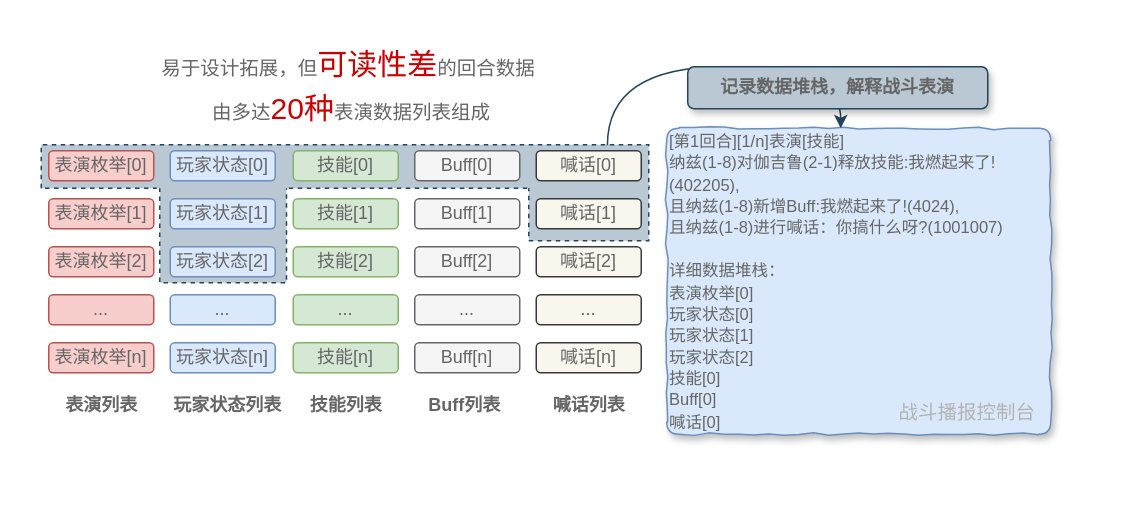
Above: ppt战斗文字播报器介绍.drawio in leoin2012/draw.io.files (draw.io), before the change. Source tidied: cells renumbered, new cells numbered last; positions are measured from the earlier drawing's top-left corner, leaving out a move shared by most shapes. Both pictures are drawn from the tidied source at 150%, with x=0, y=0 at pixel (40, 48).
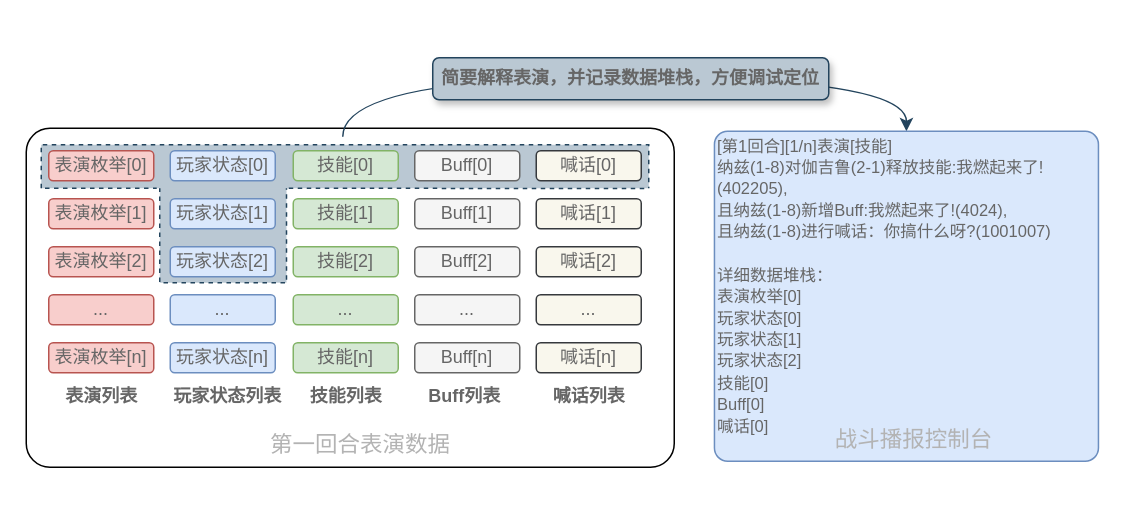
The same page after the edit.

Commit message (it also covers changes not shown here):
更新ppt战斗文字播报器介绍.drawio

Unchanged cells that the change refers to:
```xml
<mxCell id="4" style="shape=partialRectangle;verticalLabelPosition=bottom;verticalAlign=top;html=1;shape=mxgraph.basic.rect;fillColor2=none;strokeWidth=1;size=20;indent=5;dashed=1;comic=0;labelBackgroundColor=none;fillColor=#bac8d3;fontSize=13;strokeColor=#23445d;bottom=0;" parent="1" vertex="1">
  <mxGeometry y="64" width="405" height="29" as="geometry" />
</mxCell>
```

Diff of the diagram source:
```diff
@@
-    <mxCell id="2" style="shape=partialRectangle;verticalLabelPosition=bottom;verticalAlign=top;html=1;shape=mxgraph.basic.rect;fillColor2=none;strokeWidth=1;size=20;indent=5;dashed=1;comic=0;labelBackgroundColor=none;fillColor=#bac8d3;fontSize=13;strokeColor=#23445d;top=0;" parent="1" vertex="1">
-      <mxGeometry x="325" y="91" width="80" height="37" as="geometry" />
-    </mxCell>
+    <mxCell id="43" style="rounded=1;whiteSpace=wrap;html=1;comic=0;labelBackgroundColor=none;fontSize=13;arcSize=7;fillColor=none;shadow=0;" parent="1" vertex="1">
+      <mxGeometry x="-10" y="53" width="432" height="226" as="geometry" />
+    </mxCell>
@@
     <mxCell id="15" value="&lt;font color=&quot;#666666&quot;&gt;表演列表&lt;/font&gt;" style="text;html=1;strokeColor=none;fillColor=none;align=center;verticalAlign=middle;whiteSpace=wrap;rounded=0;comic=0;labelBorderColor=none;labelBackgroundColor=none;fontStyle=1;" parent="1" vertex="1">
-      <mxGeometry x="2.5" y="228" width="75" height="20" as="geometry" />
+      <mxGeometry x="2.5" y="222" width="75" height="20" as="geometry" />
     </mxCell>
     <mxCell id="16" value="&lt;font color=&quot;#666666&quot;&gt;玩家状态列表&lt;/font&gt;" style="text;html=1;strokeColor=none;fillColor=none;align=center;verticalAlign=middle;whiteSpace=wrap;rounded=0;fontStyle=1;" parent="1" vertex="1">
-      <mxGeometry x="82.5" y="228" width="82.5" height="20" as="geometry" />
+      <mxGeometry x="82.5" y="222" width="82.5" height="20" as="geometry" />
     </mxCell>
@@
     <mxCell id="22" value="&lt;font color=&quot;#666666&quot;&gt;技能列表&lt;/font&gt;" style="text;html=1;strokeColor=none;fillColor=none;align=center;verticalAlign=middle;whiteSpace=wrap;rounded=0;fontStyle=1;" parent="1" vertex="1">
-      <mxGeometry x="161.8" y="228" width="82.5" height="20" as="geometry" />
+      <mxGeometry x="161.8" y="222" width="82.5" height="20" as="geometry" />
     </mxCell>
@@
     <mxCell id="28" value="&lt;font color=&quot;#666666&quot;&gt;Buff列表&lt;/font&gt;" style="text;html=1;strokeColor=none;fillColor=none;align=center;verticalAlign=middle;whiteSpace=wrap;rounded=0;fontStyle=1;" parent="1" vertex="1">
-      <mxGeometry x="241.2" y="228" width="82.5" height="20" as="geometry" />
+      <mxGeometry x="241.2" y="222" width="82.5" height="20" as="geometry" />
     </mxCell>
-    <mxCell id="29" value="&lt;p&gt;&lt;font&gt;&lt;font color=&quot;#666666&quot; style=&quot;font-size: 13px&quot;&gt;易于设计拓展，但&lt;/font&gt;&lt;font color=&quot;#cc0000&quot; style=&quot;font-size: 20px&quot;&gt;可读性差&lt;/font&gt;&lt;font color=&quot;#666666&quot; style=&quot;font-size: 13px&quot;&gt;的回合数据&lt;/font&gt;&lt;/font&gt;&lt;/p&gt;" style="text;html=1;strokeColor=none;fillColor=none;align=center;verticalAlign=middle;whiteSpace=wrap;rounded=0;comic=0;fontSize=13;" parent="1" vertex="1">
-      <mxGeometry x="79" width="252" height="20" as="geometry" />
-    </mxCell>
-    <mxCell id="30" value="&lt;p&gt;&lt;span style=&quot;color: rgb(102 , 102 , 102) ; font-size: 13px&quot;&gt;由多达&lt;/span&gt;&lt;font style=&quot;font-size: 20px&quot; color=&quot;#cc0000&quot;&gt;20种&lt;/font&gt;&lt;span style=&quot;color: rgb(102 , 102 , 102) ; font-size: 13px&quot;&gt;表演数据列表组成&lt;/span&gt;&lt;/p&gt;" style="text;html=1;strokeColor=none;fillColor=none;align=center;verticalAlign=middle;whiteSpace=wrap;rounded=0;comic=0;" parent="1" vertex="1">
-      <mxGeometry x="97.2" y="28.5" width="220" height="20" as="geometry" />
-    </mxCell>
@@
     <mxCell id="36" value="&lt;font color=&quot;#666666&quot;&gt;喊话列表&lt;/font&gt;" style="text;html=1;strokeColor=none;fillColor=none;align=center;verticalAlign=middle;whiteSpace=wrap;rounded=0;fontStyle=1;" parent="1" vertex="1">
-      <mxGeometry x="323.8" y="228" width="82.5" height="20" as="geometry" />
+      <mxGeometry x="323.8" y="222" width="82.5" height="20" as="geometry" />
     </mxCell>
+    <mxCell id="44" style="edgeStyle=orthogonalEdgeStyle;curved=1;rounded=0;jettySize=auto;html=1;exitX=0.5;exitY=0;exitDx=0;exitDy=0;entryX=0.418;entryY=-0.002;entryDx=0;entryDy=0;entryPerimeter=0;startArrow=classic;startFill=1;endArrow=none;endFill=0;strokeColor=#23445D;fontSize=13;fontColor=#F8CECC;" parent="1" edge="1" source="37">
+      <mxGeometry relative="1" as="geometry">
+        <mxPoint x="201" y="58.7" as="targetPoint" />
+        <Array as="points">
+          <mxPoint x="576.8" y="19" />
+          <mxPoint x="200.8" y="19" />
+        </Array>
+      </mxGeometry>
+    </mxCell>
-    <mxCell id="37" value="&lt;font style=&quot;font-size: 11px&quot;&gt;&lt;font color=&quot;#666666&quot; style=&quot;font-size: 11px&quot;&gt;[第1回合][1/n]表演[技能]&lt;br style=&quot;font-size: 11px&quot;&gt;&lt;div style=&quot;font-size: 11px&quot;&gt;&lt;/div&gt;纳兹(1-8)对伽吉鲁(2-1)释放技能:我燃起来了!(402205),&lt;br style=&quot;font-size: 11px&quot;&gt;且纳兹(1-8)新增Buff:我燃起来了!(4024),&lt;br style=&quot;font-size: 11px&quot;&gt;且纳兹(1-8)进行喊话：你搞什么呀?(1001007)&lt;br&gt;&lt;/font&gt;&lt;/font&gt;&lt;font color=&quot;#666666&quot; style=&quot;font-size: 11px&quot;&gt;&lt;font style=&quot;font-size: 11px&quot;&gt;&lt;br&gt;详细数据堆栈：&lt;br&gt;表演枚举[0]&lt;br&gt;&lt;/font&gt;&lt;/font&gt;&lt;span style=&quot;color: rgb(102 , 102 , 102) ; font-size: 11px&quot;&gt;玩家状态[0]&lt;br&gt;&lt;/span&gt;&lt;span style=&quot;color: rgb(102 , 102 , 102) ; font-size: 11px&quot;&gt;玩家状态[1]&lt;br&gt;&lt;/span&gt;&lt;span style=&quot;color: rgb(102 , 102 , 102) ; font-size: 11px&quot;&gt;玩家状态[2]&lt;br&gt;&lt;/span&gt;&lt;span style=&quot;color: rgb(102 , 102 , 102) ; font-size: 11px&quot;&gt;技能[0]&lt;br&gt;&lt;/span&gt;&lt;span style=&quot;color: rgb(102 , 102 , 102) ; font-size: 11px&quot;&gt;Buff[0]&lt;br&gt;&lt;/span&gt;&lt;span style=&quot;color: rgb(102 , 102 , 102) ; font-size: 11px&quot;&gt;喊话[0]&lt;/span&gt;&lt;font color=&quot;#666666&quot; style=&quot;font-size: 11px&quot;&gt;&lt;br&gt;&lt;/font&gt;" style="text;html=1;align=left;verticalAlign=middle;whiteSpace=wrap;rounded=1;shadow=1;comic=1;glass=0;fillColor=#dae8fc;strokeColor=#6c8ebf;arcSize=4;" parent="1" vertex="1">
-      <mxGeometry x="417" y="53" width="256" height="204" as="geometry" />
+    <mxCell id="37" value="&lt;font style=&quot;font-size: 11px&quot;&gt;&lt;font color=&quot;#666666&quot; style=&quot;font-size: 11px&quot;&gt;[第1回合][1/n]表演[技能]&lt;br style=&quot;font-size: 11px&quot;&gt;&lt;div style=&quot;font-size: 11px&quot;&gt;&lt;/div&gt;纳兹(1-8)对伽吉鲁(2-1)释放技能:我燃起来了!(402205),&lt;br style=&quot;font-size: 11px&quot;&gt;且纳兹(1-8)新增Buff:我燃起来了!(4024),&lt;br style=&quot;font-size: 11px&quot;&gt;且纳兹(1-8)进行喊话：你搞什么呀?(1001007)&lt;br&gt;&lt;/font&gt;&lt;/font&gt;&lt;font color=&quot;#666666&quot; style=&quot;font-size: 11px&quot;&gt;&lt;font style=&quot;font-size: 11px&quot;&gt;&lt;br&gt;详细数据堆栈：&lt;br&gt;表演枚举[0]&lt;br&gt;&lt;/font&gt;&lt;/font&gt;&lt;span style=&quot;color: rgb(102 , 102 , 102) ; font-size: 11px&quot;&gt;玩家状态[0]&lt;br&gt;&lt;/span&gt;&lt;span style=&quot;color: rgb(102 , 102 , 102) ; font-size: 11px&quot;&gt;玩家状态[1]&lt;br&gt;&lt;/span&gt;&lt;span style=&quot;color: rgb(102 , 102 , 102) ; font-size: 11px&quot;&gt;玩家状态[2]&lt;br&gt;&lt;/span&gt;&lt;span style=&quot;color: rgb(102 , 102 , 102) ; font-size: 11px&quot;&gt;技能[0]&lt;br&gt;&lt;/span&gt;&lt;span style=&quot;color: rgb(102 , 102 , 102) ; font-size: 11px&quot;&gt;Buff[0]&lt;br&gt;&lt;/span&gt;&lt;span style=&quot;color: rgb(102 , 102 , 102) ; font-size: 11px&quot;&gt;喊话[0]&lt;br&gt;&lt;/span&gt;&lt;font color=&quot;#666666&quot; style=&quot;font-size: 11px&quot;&gt;&lt;br&gt;&lt;/font&gt;" style="text;html=1;align=left;verticalAlign=middle;whiteSpace=wrap;rounded=1;shadow=0;comic=0;glass=0;fillColor=#dae8fc;strokeColor=#6c8ebf;arcSize=4;" parent="1" vertex="1">
+      <mxGeometry x="448.8" y="55" width="256" height="220" as="geometry" />
     </mxCell>
@@
-    <mxCell id="39" style="endArrow=none;dashed=1;html=1;fontSize=13;fontColor=#F8CECC;strokeColor=#23445D;entryX=0.802;entryY=1;entryDx=0;entryDy=0;entryPerimeter=0;" parent="1" edge="1" target="4">
+    <mxCell id="39" style="endArrow=none;dashed=1;html=1;fontSize=13;fontColor=#F8CECC;strokeColor=#23445D;entryX=0.997;entryY=1.007;entryDx=0;entryDy=0;entryPerimeter=0;" parent="1" edge="1" target="4">
       <mxGeometry relative="1" as="geometry">
         <mxPoint x="165" y="93" as="sourcePoint" />
       </mxGeometry>
     </mxCell>
-    <mxCell id="40" style="edgeStyle=orthogonalEdgeStyle;rounded=0;jettySize=auto;html=1;entryX=0.932;entryY=0.01;entryDx=0;entryDy=0;entryPerimeter=0;strokeColor=#23445D;fontSize=13;fontColor=#F8CECC;curved=1;startArrow=classic;startFill=1;endArrow=none;endFill=0;" parent="1" edge="1" source="37" target="4">
-      <mxGeometry relative="1" as="geometry">
-        <Array as="points">
-          <mxPoint x="533" y="12" />
-          <mxPoint x="378" y="12" />
-        </Array>
-      </mxGeometry>
-    </mxCell>
-    <mxCell id="41" value="&lt;font color=&quot;#666666&quot;&gt;记录数据堆栈，解释战斗表演&lt;/font&gt;" style="text;html=1;align=center;verticalAlign=middle;whiteSpace=wrap;rounded=1;shadow=1;comic=0;glass=0;fillColor=#bac8d3;strokeColor=#23445d;fontStyle=1;" parent="1" vertex="1">
-      <mxGeometry x="431" y="12" width="200" height="28" as="geometry" />
+    <mxCell id="41" value="&lt;font color=&quot;#666666&quot;&gt;简要解释表演，并&lt;/font&gt;&lt;span style=&quot;color: rgb(102 , 102 , 102)&quot;&gt;记录数据堆栈，方便调试定位&lt;/span&gt;" style="text;html=1;align=center;verticalAlign=middle;whiteSpace=wrap;rounded=1;shadow=1;comic=0;glass=0;fillColor=#bac8d3;strokeColor=#23445d;fontStyle=1;" parent="1" vertex="1">
+      <mxGeometry x="261" y="6" width="264" height="28" as="geometry" />
     </mxCell>
-    <mxCell id="42" value="&lt;p style=&quot;font-size: 13px&quot;&gt;&lt;font style=&quot;font-size: 13px&quot; color=&quot;#b3b3b3&quot;&gt;战斗播报控制台&lt;/font&gt;&lt;/p&gt;" style="text;html=1;strokeColor=none;fillColor=none;align=right;verticalAlign=middle;whiteSpace=wrap;rounded=0;comic=0;fontSize=13;" parent="1" vertex="1">
-      <mxGeometry x="425" y="232" width="240" height="20" as="geometry" />
+    <mxCell id="42" value="&lt;p style=&quot;font-size: 15px;&quot;&gt;&lt;font style=&quot;font-size: 15px;&quot; color=&quot;#b3b3b3&quot;&gt;战斗播报控制台&lt;/font&gt;&lt;/p&gt;" style="text;html=1;strokeColor=none;fillColor=none;align=center;verticalAlign=middle;whiteSpace=wrap;rounded=0;comic=0;fontSize=15;" parent="1" vertex="1">
+      <mxGeometry x="462" y="250" width="240" height="20" as="geometry" />
     </mxCell>
+    <mxCell id="45" value="&lt;p style=&quot;font-size: 15px;&quot;&gt;&lt;font style=&quot;font-size: 15px;&quot; color=&quot;#b3b3b3&quot;&gt;第一回合表演数据&lt;/font&gt;&lt;/p&gt;" style="text;html=1;strokeColor=none;fillColor=none;align=center;verticalAlign=middle;whiteSpace=wrap;rounded=0;comic=0;fontSize=15;" parent="1" vertex="1">
+      <mxGeometry x="93" y="253" width="240" height="20" as="geometry" />
+    </mxCell>
```
